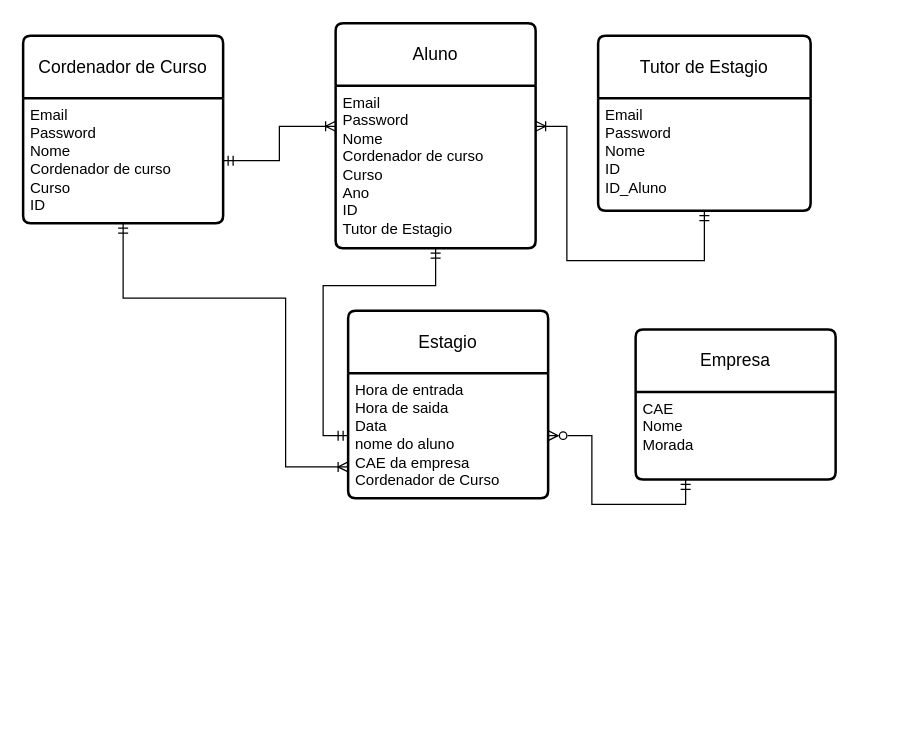
Trabalhos-Praticos/Gestor_de_Estagios keeps this draw.io diagram as Planeamento/Base de Dados/Modelo Logico/Modelo_Logico.drawio. Above is the earlier version. Source tidied: cells renumbered, new cells numbered last; positions are measured from the earlier drawing's top-left corner, leaving out a move shared by most shapes. Both pictures are drawn from the tidied source at 125%, with x=0, y=0 at pixel (22, 22).
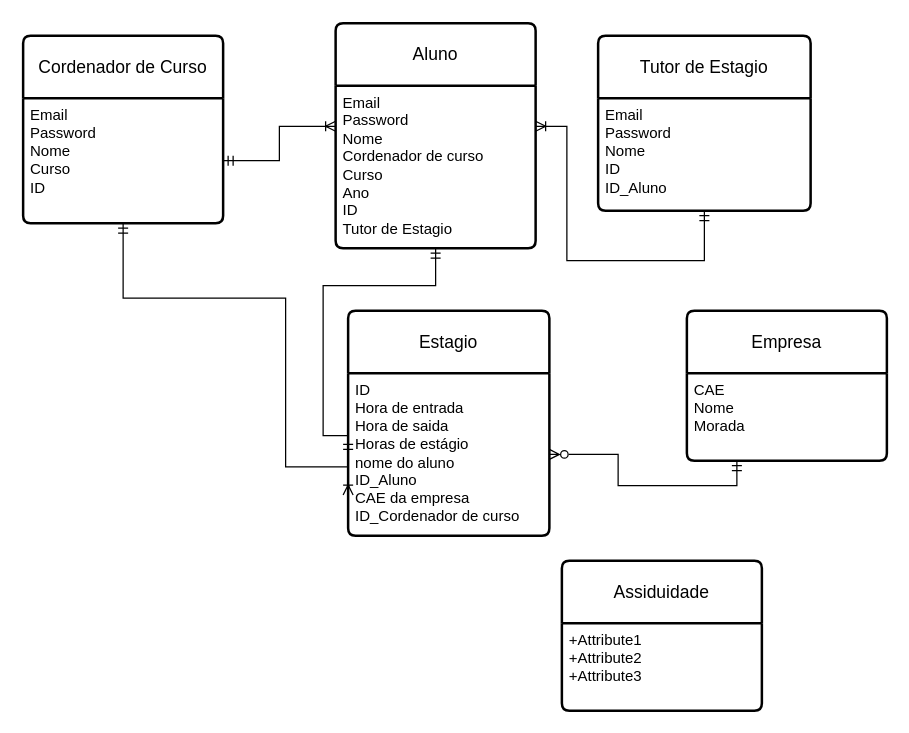
The same page after the edit.

The change refers to these unchanged cells:
```xml
<mxCell id="10" value="Cordenador de Curso" style="swimlane;horizontal=1;startSize=50;rounded=1;fontSize=14;fontStyle=0;strokeWidth=2;shadow=0;dashed=0;align=center;arcSize=4;whiteSpace=wrap;html=1;" parent="1" vertex="1">
  <mxGeometry y="10" width="160" height="150" as="geometry" />
</mxCell>
```

Change to the diagram source:
```diff
@@
     <mxCell id="4" value="Empresa" style="swimlane;horizontal=1;startSize=50;rounded=1;fontSize=14;fontStyle=0;strokeWidth=2;shadow=0;dashed=0;align=center;arcSize=4;whiteSpace=wrap;html=1;" parent="1" vertex="1">
-      <mxGeometry x="490" y="245" width="160" height="120" as="geometry" />
+      <mxGeometry x="531" y="230" width="160" height="120" as="geometry" />
     </mxCell>
@@
     <mxCell id="6" value="Estagio" style="swimlane;horizontal=1;startSize=50;rounded=1;fontSize=14;fontStyle=0;strokeWidth=2;shadow=0;dashed=0;align=center;arcSize=4;whiteSpace=wrap;html=1;" parent="1" vertex="1">
-      <mxGeometry x="260" y="230" width="160" height="150" as="geometry" />
+      <mxGeometry x="260" y="230" width="161" height="180" as="geometry" />
     </mxCell>
-    <mxCell id="7" value="Hora de entrada&lt;br&gt;Hora de saida&lt;br&gt;Data&lt;br&gt;nome do aluno&lt;br&gt;CAE da empresa&lt;br&gt;Cordenador de Curso&lt;br&gt;" style="align=left;strokeColor=none;fillColor=none;spacingLeft=4;fontSize=12;verticalAlign=top;html=1;" parent="6" vertex="1">
-      <mxGeometry y="50" width="160" height="100" as="geometry" />
+    <mxCell id="7" value="ID&lt;br&gt;Hora de entrada&lt;br&gt;Hora de saida&lt;br&gt;Horas de estágio&lt;br&gt;nome do aluno&lt;br&gt;ID_Aluno&lt;br&gt;CAE da empresa&lt;br&gt;ID_Cordenador de curso" style="align=left;strokeColor=none;fillColor=none;spacingLeft=4;fontSize=12;verticalAlign=top;html=1;" parent="6" vertex="1">
+      <mxGeometry y="50" width="161" height="130" as="geometry" />
     </mxCell>
@@
-    <mxCell id="11" value="Email&lt;br style=&quot;border-color: var(--border-color);&quot;&gt;Password&lt;br style=&quot;border-color: var(--border-color);&quot;&gt;Nome&lt;br style=&quot;border-color: var(--border-color);&quot;&gt;Cordenador de curso&lt;br&gt;Curso&lt;br&gt;ID" style="align=left;strokeColor=none;fillColor=none;spacingLeft=4;fontSize=12;verticalAlign=top;html=1;" parent="10" vertex="1">
+    <mxCell id="11" value="Email&lt;br style=&quot;border-color: var(--border-color);&quot;&gt;Password&lt;br style=&quot;border-color: var(--border-color);&quot;&gt;Nome&lt;br&gt;Curso&lt;br&gt;ID" style="align=left;strokeColor=none;fillColor=none;spacingLeft=4;fontSize=12;verticalAlign=top;html=1;" parent="10" vertex="1">
       <mxGeometry y="50" width="160" height="100" as="geometry" />
     </mxCell>
@@
+    <mxCell id="17" value="Assiduidade" style="swimlane;horizontal=1;startSize=50;rounded=1;fontSize=14;fontStyle=0;strokeWidth=2;shadow=0;dashed=0;align=center;arcSize=4;whiteSpace=wrap;html=1;" parent="1" vertex="1">
+      <mxGeometry x="431" y="430" width="160" height="120" as="geometry" />
+    </mxCell>
+    <mxCell id="18" value="+Attribute1&#10;+Attribute2&#10;+Attribute3" style="align=left;strokeColor=none;fillColor=none;spacingLeft=4;fontSize=12;verticalAlign=top;html=1;" parent="17" vertex="1">
+      <mxGeometry y="50" width="160" height="70" as="geometry" />
+    </mxCell>
```
